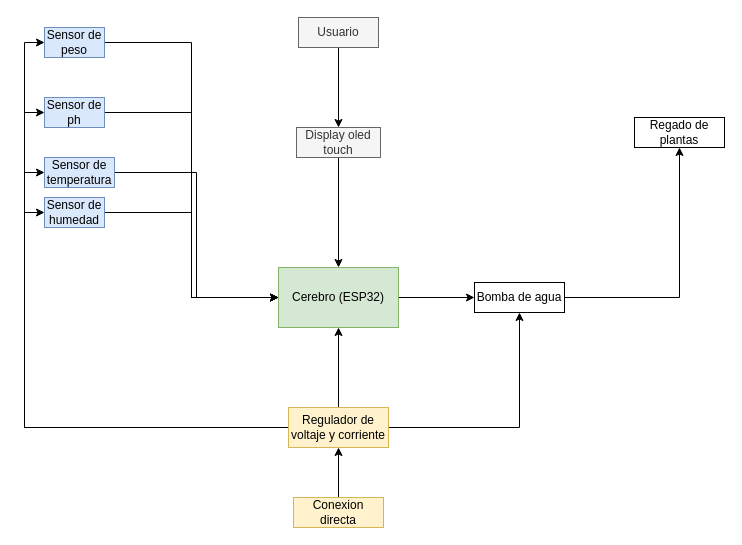
This is Diagrama de caja negra.drawio from s-dr-2/Sistema-de-riego-automatico, a draw.io file, before an edit. Source tidied: cells renumbered, new cells numbered last; positions are measured from the earlier drawing's top-left corner, leaving out a move shared by most shapes. Both pictures are drawn from the tidied source at 100%, with x=0, y=0 at pixel (44, 17).
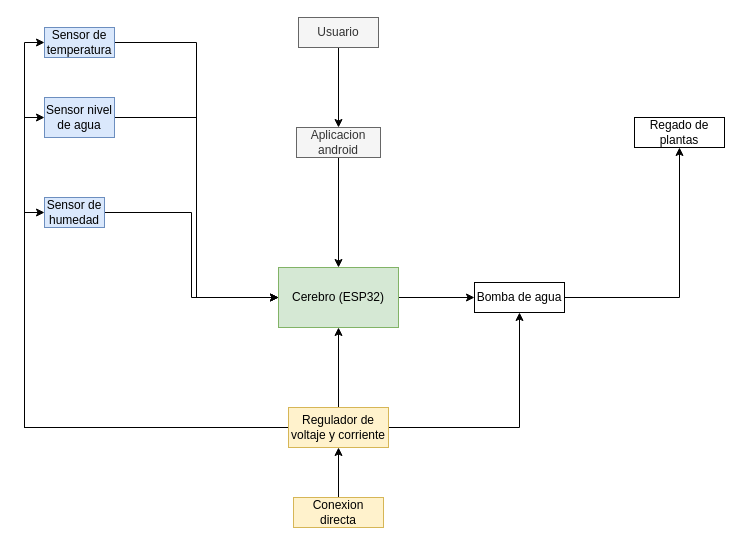
The same diagram, later.

The change refers to these unchanged cells:
```xml
<mxCell id="5" value="Cerebro (ESP32)" style="rounded=0;whiteSpace=wrap;html=1;fillColor=#d5e8d4;strokeColor=#82b366;" parent="1" vertex="1">
  <mxGeometry x="234" y="250" width="120" height="60" as="geometry" />
</mxCell>
<mxCell id="14" value="Regulador de voltaje y corriente" style="rounded=0;whiteSpace=wrap;html=1;fillColor=#fff2cc;strokeColor=#d6b656;" parent="1" vertex="1">
  <mxGeometry x="244" y="390" width="100" height="40" as="geometry" />
</mxCell>
```

Change to the diagram source:
```diff
@@
-    <mxCell id="3" value="Sensor de peso" style="rounded=0;whiteSpace=wrap;html=1;fillColor=#dae8fc;strokeColor=#6c8ebf;" parent="1" vertex="1">
-      <mxGeometry y="10" width="60" height="30" as="geometry" />
+    <mxCell id="3" value="Sensor nivel de agua" style="rounded=0;whiteSpace=wrap;html=1;fillColor=#dae8fc;strokeColor=#6c8ebf;" parent="1" vertex="1">
+      <mxGeometry y="80" width="70" height="40" as="geometry" />
     </mxCell>
@@
     <mxCell id="7" value="Sensor de temperatura" style="rounded=0;whiteSpace=wrap;html=1;fillColor=#dae8fc;strokeColor=#6c8ebf;" parent="1" vertex="1">
-      <mxGeometry y="140" width="70" height="30" as="geometry" />
+      <mxGeometry y="10" width="70" height="30" as="geometry" />
     </mxCell>
@@
-    <mxCell id="11" style="edgeStyle=orthogonalEdgeStyle;rounded=0;jettySize=auto;html=1;exitX=0;exitY=0.5;exitDx=0;exitDy=0;entryX=0;entryY=0.5;entryDx=0;entryDy=0;" parent="1" edge="1" source="14" target="18">
-      <mxGeometry relative="1" as="geometry" />
-    </mxCell>
@@
-    <mxCell id="17" style="edgeStyle=orthogonalEdgeStyle;rounded=0;jettySize=auto;html=1;exitX=1;exitY=0.5;exitDx=0;exitDy=0;entryX=0;entryY=0.5;entryDx=0;entryDy=0;" parent="1" edge="1" source="18" target="5">
-      <mxGeometry relative="1" as="geometry" />
-    </mxCell>
-    <mxCell id="18" value="Sensor de ph " style="rounded=0;whiteSpace=wrap;html=1;fillColor=#dae8fc;strokeColor=#6c8ebf;" parent="1" vertex="1">
-      <mxGeometry y="80" width="60" height="30" as="geometry" />
-    </mxCell>
@@
-    <mxCell id="24" value="Display oled touch" style="rounded=0;whiteSpace=wrap;html=1;fillColor=#f5f5f5;fontColor=#333333;strokeColor=#666666;" parent="1" vertex="1">
+    <mxCell id="24" value="Aplicacion android" style="rounded=0;whiteSpace=wrap;html=1;fillColor=#f5f5f5;fontColor=#333333;strokeColor=#666666;" parent="1" vertex="1">
       <mxGeometry x="252" y="110" width="84" height="30" as="geometry" />
     </mxCell>
```
